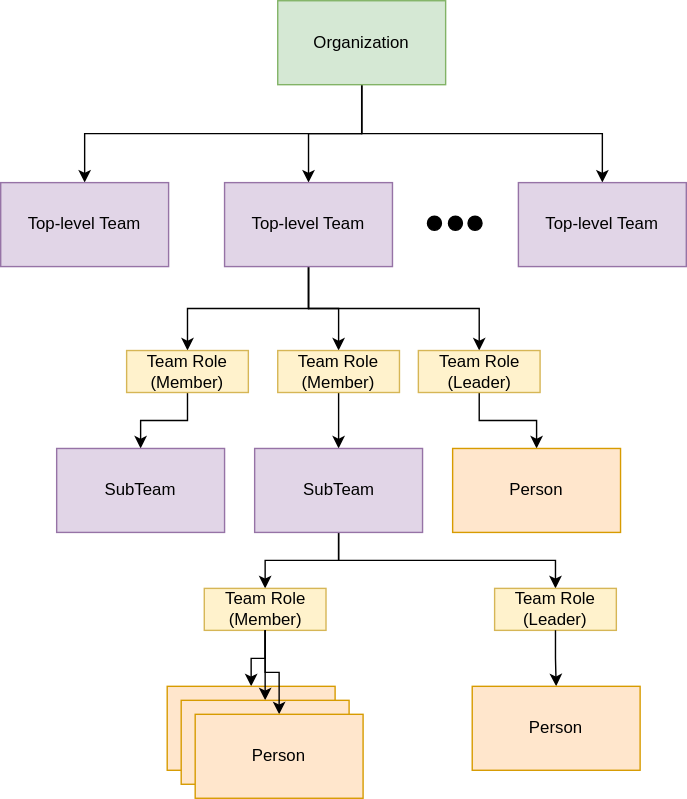
odpi/egeria-docs keeps this draw.io diagram as site/docs/features/people-roles-organizations/organization-structure.svg. Above is the earlier version. Source tidied: cells renumbered, new cells last; positions are measured from the earlier drawing's top-left corner, leaving out a move shared by most shapes. Source of this version:
```xml
<mxGraphModel>
  <root>
    <mxCell id="0" />
    <mxCell id="1" parent="0" />
    <mxCell id="2" style="edgeStyle=orthogonalEdgeStyle;rounded=0;jettySize=auto;html=1;exitX=0.5;exitY=1;exitDx=0;exitDy=0;" parent="1" edge="1" source="5" target="6">
      <mxGeometry relative="1" as="geometry" />
    </mxCell>
    <mxCell id="3" style="edgeStyle=orthogonalEdgeStyle;rounded=0;jettySize=auto;html=1;exitX=0.5;exitY=1;exitDx=0;exitDy=0;" parent="1" edge="1" source="5" target="10">
      <mxGeometry relative="1" as="geometry" />
    </mxCell>
    <mxCell id="4" style="edgeStyle=orthogonalEdgeStyle;rounded=0;jettySize=auto;html=1;exitX=0.5;exitY=1;exitDx=0;exitDy=0;" parent="1" edge="1" source="5" target="11">
      <mxGeometry relative="1" as="geometry" />
    </mxCell>
    <mxCell id="5" value="Organization" style="rounded=0;whiteSpace=wrap;html=1;fillColor=#d5e8d4;strokeColor=#82b366;" parent="1" vertex="1">
      <mxGeometry x="198" width="120" height="60" as="geometry" />
    </mxCell>
    <mxCell id="6" value="Top-level Team" style="rounded=0;whiteSpace=wrap;html=1;fillColor=#e1d5e7;strokeColor=#9673a6;" parent="1" vertex="1">
      <mxGeometry y="130" width="120" height="60" as="geometry" />
    </mxCell>
    <mxCell id="7" style="edgeStyle=orthogonalEdgeStyle;rounded=0;jettySize=auto;html=1;exitX=0.5;exitY=1;exitDx=0;exitDy=0;" parent="1" edge="1" source="10" target="16">
      <mxGeometry relative="1" as="geometry" />
    </mxCell>
    <mxCell id="8" style="edgeStyle=orthogonalEdgeStyle;rounded=0;jettySize=auto;html=1;exitX=0.5;exitY=1;exitDx=0;exitDy=0;" parent="1" edge="1" source="10" target="18">
      <mxGeometry relative="1" as="geometry" />
    </mxCell>
    <mxCell id="9" style="edgeStyle=orthogonalEdgeStyle;rounded=0;jettySize=auto;html=1;exitX=0.5;exitY=1;exitDx=0;exitDy=0;" parent="1" edge="1" source="10" target="20">
      <mxGeometry relative="1" as="geometry" />
    </mxCell>
    <mxCell id="10" value="Top-level Team" style="rounded=0;whiteSpace=wrap;html=1;fillColor=#e1d5e7;strokeColor=#9673a6;" parent="1" vertex="1">
      <mxGeometry x="160" y="130" width="120" height="60" as="geometry" />
    </mxCell>
    <mxCell id="11" value="Top-level Team" style="rounded=0;whiteSpace=wrap;html=1;fillColor=#e1d5e7;strokeColor=#9673a6;" parent="1" vertex="1">
      <mxGeometry x="370" y="130" width="120" height="60" as="geometry" />
    </mxCell>
    <mxCell id="12" style="ellipse;whiteSpace=wrap;html=1;fillColor=#000000;" parent="1" vertex="1">
      <mxGeometry x="305" y="154" width="10" height="10" as="geometry" />
    </mxCell>
    <mxCell id="13" style="ellipse;whiteSpace=wrap;html=1;fillColor=#000000;" parent="1" vertex="1">
      <mxGeometry x="320" y="154" width="10" height="10" as="geometry" />
    </mxCell>
    <mxCell id="14" style="ellipse;whiteSpace=wrap;html=1;fillColor=#000000;" parent="1" vertex="1">
      <mxGeometry x="334" y="154" width="10" height="10" as="geometry" />
    </mxCell>
    <mxCell id="15" style="edgeStyle=orthogonalEdgeStyle;rounded=0;jettySize=auto;html=1;" parent="1" edge="1" source="16" target="21">
      <mxGeometry relative="1" as="geometry" />
    </mxCell>
    <mxCell id="16" value="Team Role&lt;br&gt;(Member)" style="rounded=0;whiteSpace=wrap;html=1;fillColor=#fff2cc;strokeColor=#d6b656;" parent="1" vertex="1">
      <mxGeometry x="90" y="250" width="87" height="30" as="geometry" />
    </mxCell>
    <mxCell id="17" style="edgeStyle=orthogonalEdgeStyle;rounded=0;jettySize=auto;html=1;" parent="1" edge="1" source="18" target="24">
      <mxGeometry relative="1" as="geometry" />
    </mxCell>
    <mxCell id="18" value="Team Role&lt;br&gt;(Member)" style="rounded=0;whiteSpace=wrap;html=1;fillColor=#fff2cc;strokeColor=#d6b656;" parent="1" vertex="1">
      <mxGeometry x="198" y="250" width="87" height="30" as="geometry" />
    </mxCell>
    <mxCell id="19" style="edgeStyle=orthogonalEdgeStyle;rounded=0;jettySize=auto;html=1;exitX=0.5;exitY=1;exitDx=0;exitDy=0;" parent="1" edge="1" source="20" target="25">
      <mxGeometry relative="1" as="geometry" />
    </mxCell>
    <mxCell id="20" value="Team Role&lt;br&gt;(Leader)" style="rounded=0;whiteSpace=wrap;html=1;fillColor=#fff2cc;strokeColor=#d6b656;" parent="1" vertex="1">
      <mxGeometry x="298.5" y="250" width="87" height="30" as="geometry" />
    </mxCell>
    <mxCell id="21" value="SubTeam" style="rounded=0;whiteSpace=wrap;html=1;fillColor=#e1d5e7;strokeColor=#9673a6;" parent="1" vertex="1">
      <mxGeometry x="40" y="320" width="120" height="60" as="geometry" />
    </mxCell>
    <mxCell id="22" style="edgeStyle=orthogonalEdgeStyle;rounded=0;jettySize=auto;html=1;exitX=0.5;exitY=1;exitDx=0;exitDy=0;" parent="1" edge="1" source="24" target="27">
      <mxGeometry relative="1" as="geometry" />
    </mxCell>
    <mxCell id="23" style="edgeStyle=orthogonalEdgeStyle;rounded=0;jettySize=auto;html=1;exitX=0.5;exitY=1;exitDx=0;exitDy=0;" parent="1" edge="1" source="24" target="26">
      <mxGeometry relative="1" as="geometry" />
    </mxCell>
    <mxCell id="24" value="SubTeam" style="rounded=0;whiteSpace=wrap;html=1;fillColor=#e1d5e7;strokeColor=#9673a6;" parent="1" vertex="1">
      <mxGeometry x="181.5" y="320" width="120" height="60" as="geometry" />
    </mxCell>
    <mxCell id="25" value="Person" style="rounded=0;whiteSpace=wrap;html=1;fillColor=#ffe6cc;strokeColor=#d79b00;" parent="1" vertex="1">
      <mxGeometry x="323" y="320" width="120" height="60" as="geometry" />
    </mxCell>
    <mxCell id="26" value="Team Role&lt;br&gt;(Member)" style="rounded=0;whiteSpace=wrap;html=1;fillColor=#fff2cc;strokeColor=#d6b656;" parent="1" vertex="1">
      <mxGeometry x="145.5" y="420" width="87" height="30" as="geometry" />
    </mxCell>
    <mxCell id="27" value="Team Role&lt;br&gt;(Leader)" style="rounded=0;whiteSpace=wrap;html=1;fillColor=#fff2cc;strokeColor=#d6b656;" parent="1" vertex="1">
      <mxGeometry x="353" y="420" width="87" height="30" as="geometry" />
    </mxCell>
    <mxCell id="28" style="edgeStyle=orthogonalEdgeStyle;rounded=0;jettySize=auto;html=1;" parent="1" edge="1" source="27" target="29">
      <mxGeometry relative="1" as="geometry" />
    </mxCell>
    <mxCell id="29" value="Person" style="rounded=0;whiteSpace=wrap;html=1;fillColor=#ffe6cc;strokeColor=#d79b00;" parent="1" vertex="1">
      <mxGeometry x="337" y="490" width="120" height="60" as="geometry" />
    </mxCell>
    <mxCell id="30" style="edgeStyle=orthogonalEdgeStyle;rounded=0;jettySize=auto;html=1;" parent="1" edge="1" source="26" target="31">
      <mxGeometry relative="1" as="geometry" />
    </mxCell>
    <mxCell id="31" value="Person" style="rounded=0;whiteSpace=wrap;html=1;fillColor=#ffe6cc;strokeColor=#d79b00;" parent="1" vertex="1">
      <mxGeometry x="119" y="490" width="120" height="60" as="geometry" />
    </mxCell>
    <mxCell id="32" style="edgeStyle=orthogonalEdgeStyle;rounded=0;jettySize=auto;html=1;" parent="1" edge="1" source="26" target="33">
      <mxGeometry relative="1" as="geometry" />
    </mxCell>
    <mxCell id="33" value="Person" style="rounded=0;whiteSpace=wrap;html=1;fillColor=#ffe6cc;strokeColor=#d79b00;" parent="1" vertex="1">
      <mxGeometry x="129" y="500" width="120" height="60" as="geometry" />
    </mxCell>
    <mxCell id="34" style="edgeStyle=orthogonalEdgeStyle;rounded=0;jettySize=auto;html=1;" parent="1" edge="1" source="26" target="35">
      <mxGeometry relative="1" as="geometry" />
    </mxCell>
    <mxCell id="35" value="Person" style="rounded=0;whiteSpace=wrap;html=1;fillColor=#ffe6cc;strokeColor=#d79b00;" parent="1" vertex="1">
      <mxGeometry x="139" y="510" width="120" height="60" as="geometry" />
    </mxCell>
  </root>
</mxGraphModel>
```
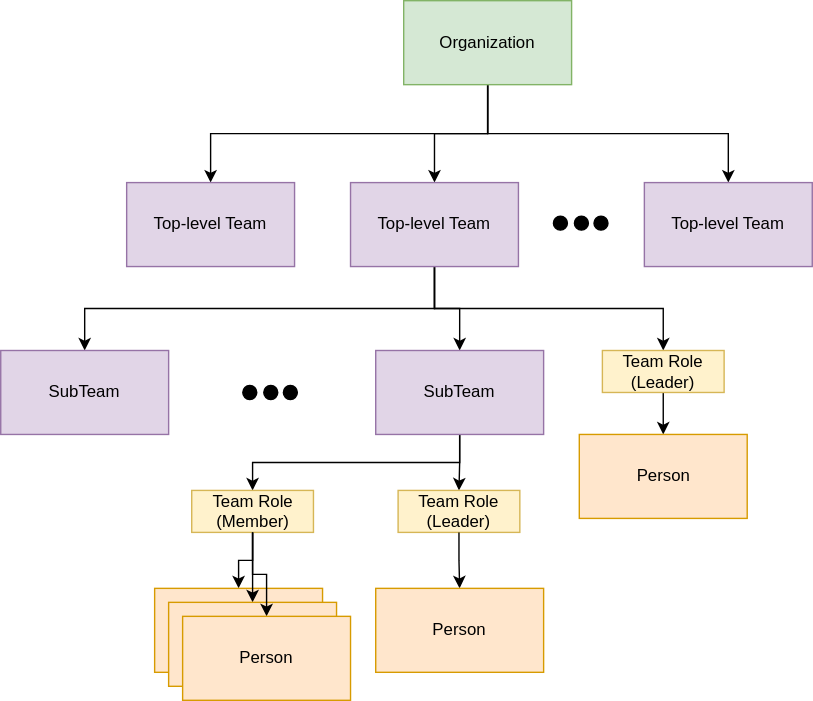
The same file after the commit.

What changed in the source:
```diff
@@ -17,13 +17,23 @@
     <mxCell id="6" value="Top-level Team" style="rounded=0;whiteSpace=wrap;html=1;fillColor=#e1d5e7;strokeColor=#9673a6;" parent="1" vertex="1">
       <mxGeometry y="130" width="120" height="60" as="geometry" />
     </mxCell>
-    <mxCell id="7" style="edgeStyle=orthogonalEdgeStyle;rounded=0;jettySize=auto;html=1;exitX=0.5;exitY=1;exitDx=0;exitDy=0;" parent="1" edge="1" source="10" target="16">
-      <mxGeometry relative="1" as="geometry" />
+    <mxCell id="7" style="edgeStyle=orthogonalEdgeStyle;rounded=0;jettySize=auto;html=1;exitX=0.5;exitY=1;exitDx=0;exitDy=0;" parent="1" edge="1" source="10" target="14">
+      <mxGeometry relative="1" as="geometry">
+        <Array as="points">
+          <mxPoint x="220" y="220" />
+          <mxPoint x="-30" y="220" />
+        </Array>
+      </mxGeometry>
     </mxCell>
-    <mxCell id="8" style="edgeStyle=orthogonalEdgeStyle;rounded=0;jettySize=auto;html=1;exitX=0.5;exitY=1;exitDx=0;exitDy=0;" parent="1" edge="1" source="10" target="18">
-      <mxGeometry relative="1" as="geometry" />
+    <mxCell id="8" style="edgeStyle=orthogonalEdgeStyle;rounded=0;jettySize=auto;html=1;exitX=0.5;exitY=1;exitDx=0;exitDy=0;entryX=0.5;entryY=0;entryDx=0;entryDy=0;" parent="1" edge="1" source="10" target="17">
+      <mxGeometry relative="1" as="geometry">
+        <Array as="points">
+          <mxPoint x="220" y="220" />
+          <mxPoint x="238" y="220" />
+        </Array>
+      </mxGeometry>
     </mxCell>
-    <mxCell id="9" style="edgeStyle=orthogonalEdgeStyle;rounded=0;jettySize=auto;html=1;exitX=0.5;exitY=1;exitDx=0;exitDy=0;" parent="1" edge="1" source="10" target="20">
+    <mxCell id="9" style="edgeStyle=orthogonalEdgeStyle;rounded=0;jettySize=auto;html=1;exitX=0.5;exitY=1;exitDx=0;exitDy=0;" parent="1" edge="1" source="10" target="13">
       <mxGeometry relative="1" as="geometry" />
     </mxCell>
     <mxCell id="10" value="Top-level Team" style="rounded=0;whiteSpace=wrap;html=1;fillColor=#e1d5e7;strokeColor=#9673a6;" parent="1" vertex="1">
@@ -32,77 +42,80 @@
     <mxCell id="11" value="Top-level Team" style="rounded=0;whiteSpace=wrap;html=1;fillColor=#e1d5e7;strokeColor=#9673a6;" parent="1" vertex="1">
       <mxGeometry x="370" y="130" width="120" height="60" as="geometry" />
     </mxCell>
-    <mxCell id="12" style="ellipse;whiteSpace=wrap;html=1;fillColor=#000000;" parent="1" vertex="1">
-      <mxGeometry x="305" y="154" width="10" height="10" as="geometry" />
+    <mxCell id="12" style="edgeStyle=orthogonalEdgeStyle;rounded=0;jettySize=auto;html=1;exitX=0.5;exitY=1;exitDx=0;exitDy=0;" parent="1" edge="1" source="13" target="18">
+      <mxGeometry relative="1" as="geometry" />
     </mxCell>
-    <mxCell id="13" style="ellipse;whiteSpace=wrap;html=1;fillColor=#000000;" parent="1" vertex="1">
-      <mxGeometry x="320" y="154" width="10" height="10" as="geometry" />
+    <mxCell id="13" value="Team Role&lt;br&gt;(Leader)" style="rounded=0;whiteSpace=wrap;html=1;fillColor=#fff2cc;strokeColor=#d6b656;" parent="1" vertex="1">
+      <mxGeometry x="340" y="250" width="87" height="30" as="geometry" />
     </mxCell>
-    <mxCell id="14" style="ellipse;whiteSpace=wrap;html=1;fillColor=#000000;" parent="1" vertex="1">
-      <mxGeometry x="334" y="154" width="10" height="10" as="geometry" />
+    <mxCell id="14" value="SubTeam" style="rounded=0;whiteSpace=wrap;html=1;fillColor=#e1d5e7;strokeColor=#9673a6;" parent="1" vertex="1">
+      <mxGeometry x="-90" y="250" width="120" height="60" as="geometry" />
     </mxCell>
-    <mxCell id="15" style="edgeStyle=orthogonalEdgeStyle;rounded=0;jettySize=auto;html=1;" parent="1" edge="1" source="16" target="21">
+    <mxCell id="15" style="edgeStyle=orthogonalEdgeStyle;rounded=0;jettySize=auto;html=1;exitX=0.5;exitY=1;exitDx=0;exitDy=0;" parent="1" edge="1" source="17" target="20">
       <mxGeometry relative="1" as="geometry" />
     </mxCell>
-    <mxCell id="16" value="Team Role&lt;br&gt;(Member)" style="rounded=0;whiteSpace=wrap;html=1;fillColor=#fff2cc;strokeColor=#d6b656;" parent="1" vertex="1">
-      <mxGeometry x="90" y="250" width="87" height="30" as="geometry" />
+    <mxCell id="16" style="edgeStyle=orthogonalEdgeStyle;rounded=0;jettySize=auto;html=1;exitX=0.5;exitY=1;exitDx=0;exitDy=0;" parent="1" edge="1" source="17" target="19">
+      <mxGeometry relative="1" as="geometry" />
     </mxCell>
-    <mxCell id="17" style="edgeStyle=orthogonalEdgeStyle;rounded=0;jettySize=auto;html=1;" parent="1" edge="1" source="18" target="24">
-      <mxGeometry relative="1" as="geometry" />
+    <mxCell id="17" value="SubTeam" style="rounded=0;whiteSpace=wrap;html=1;fillColor=#e1d5e7;strokeColor=#9673a6;" parent="1" vertex="1">
+      <mxGeometry x="178" y="250" width="120" height="60" as="geometry" />
     </mxCell>
-    <mxCell id="18" value="Team Role&lt;br&gt;(Member)" style="rounded=0;whiteSpace=wrap;html=1;fillColor=#fff2cc;strokeColor=#d6b656;" parent="1" vertex="1">
-      <mxGeometry x="198" y="250" width="87" height="30" as="geometry" />
+    <mxCell id="18" value="Person" style="rounded=0;whiteSpace=wrap;html=1;fillColor=#ffe6cc;strokeColor=#d79b00;" parent="1" vertex="1">
+      <mxGeometry x="323.5" y="310" width="120" height="60" as="geometry" />
     </mxCell>
-    <mxCell id="19" style="edgeStyle=orthogonalEdgeStyle;rounded=0;jettySize=auto;html=1;exitX=0.5;exitY=1;exitDx=0;exitDy=0;" parent="1" edge="1" source="20" target="25">
-      <mxGeometry relative="1" as="geometry" />
+    <mxCell id="19" value="Team Role&lt;br&gt;(Member)" style="rounded=0;whiteSpace=wrap;html=1;fillColor=#fff2cc;strokeColor=#d6b656;" parent="1" vertex="1">
+      <mxGeometry x="46.5" y="350" width="87" height="30" as="geometry" />
     </mxCell>
     <mxCell id="20" value="Team Role&lt;br&gt;(Leader)" style="rounded=0;whiteSpace=wrap;html=1;fillColor=#fff2cc;strokeColor=#d6b656;" parent="1" vertex="1">
-      <mxGeometry x="298.5" y="250" width="87" height="30" as="geometry" />
+      <mxGeometry x="194" y="350" width="87" height="30" as="geometry" />
     </mxCell>
-    <mxCell id="21" value="SubTeam" style="rounded=0;whiteSpace=wrap;html=1;fillColor=#e1d5e7;strokeColor=#9673a6;" parent="1" vertex="1">
-      <mxGeometry x="40" y="320" width="120" height="60" as="geometry" />
+    <mxCell id="21" style="edgeStyle=orthogonalEdgeStyle;rounded=0;jettySize=auto;html=1;" parent="1" edge="1" source="20" target="22">
+      <mxGeometry relative="1" as="geometry" />
     </mxCell>
-    <mxCell id="22" style="edgeStyle=orthogonalEdgeStyle;rounded=0;jettySize=auto;html=1;exitX=0.5;exitY=1;exitDx=0;exitDy=0;" parent="1" edge="1" source="24" target="27">
-      <mxGeometry relative="1" as="geometry" />
+    <mxCell id="22" value="Person" style="rounded=0;whiteSpace=wrap;html=1;fillColor=#ffe6cc;strokeColor=#d79b00;" parent="1" vertex="1">
+      <mxGeometry x="178" y="420" width="120" height="60" as="geometry" />
     </mxCell>
-    <mxCell id="23" style="edgeStyle=orthogonalEdgeStyle;rounded=0;jettySize=auto;html=1;exitX=0.5;exitY=1;exitDx=0;exitDy=0;" parent="1" edge="1" source="24" target="26">
+    <mxCell id="23" style="edgeStyle=orthogonalEdgeStyle;rounded=0;jettySize=auto;html=1;" parent="1" edge="1" source="19" target="24">
       <mxGeometry relative="1" as="geometry" />
     </mxCell>
-    <mxCell id="24" value="SubTeam" style="rounded=0;whiteSpace=wrap;html=1;fillColor=#e1d5e7;strokeColor=#9673a6;" parent="1" vertex="1">
-      <mxGeometry x="181.5" y="320" width="120" height="60" as="geometry" />
+    <mxCell id="24" value="Person" style="rounded=0;whiteSpace=wrap;html=1;fillColor=#ffe6cc;strokeColor=#d79b00;" parent="1" vertex="1">
+      <mxGeometry x="20" y="420" width="120" height="60" as="geometry" />
     </mxCell>
-    <mxCell id="25" value="Person" style="rounded=0;whiteSpace=wrap;html=1;fillColor=#ffe6cc;strokeColor=#d79b00;" parent="1" vertex="1">
-      <mxGeometry x="323" y="320" width="120" height="60" as="geometry" />
+    <mxCell id="25" style="edgeStyle=orthogonalEdgeStyle;rounded=0;jettySize=auto;html=1;" parent="1" edge="1" source="19" target="26">
+      <mxGeometry relative="1" as="geometry" />
     </mxCell>
-    <mxCell id="26" value="Team Role&lt;br&gt;(Member)" style="rounded=0;whiteSpace=wrap;html=1;fillColor=#fff2cc;strokeColor=#d6b656;" parent="1" vertex="1">
-      <mxGeometry x="145.5" y="420" width="87" height="30" as="geometry" />
+    <mxCell id="26" value="Person" style="rounded=0;whiteSpace=wrap;html=1;fillColor=#ffe6cc;strokeColor=#d79b00;" parent="1" vertex="1">
+      <mxGeometry x="30" y="430" width="120" height="60" as="geometry" />
     </mxCell>
-    <mxCell id="27" value="Team Role&lt;br&gt;(Leader)" style="rounded=0;whiteSpace=wrap;html=1;fillColor=#fff2cc;strokeColor=#d6b656;" parent="1" vertex="1">
-      <mxGeometry x="353" y="420" width="87" height="30" as="geometry" />
+    <mxCell id="27" style="edgeStyle=orthogonalEdgeStyle;rounded=0;jettySize=auto;html=1;" parent="1" edge="1" source="19" target="28">
+      <mxGeometry relative="1" as="geometry" />
     </mxCell>
-    <mxCell id="28" style="edgeStyle=orthogonalEdgeStyle;rounded=0;jettySize=auto;html=1;" parent="1" edge="1" source="27" target="29">
-      <mxGeometry relative="1" as="geometry" />
+    <mxCell id="28" value="Person" style="rounded=0;whiteSpace=wrap;html=1;fillColor=#ffe6cc;strokeColor=#d79b00;" parent="1" vertex="1">
+      <mxGeometry x="40" y="440" width="120" height="60" as="geometry" />
     </mxCell>
-    <mxCell id="29" value="Person" style="rounded=0;whiteSpace=wrap;html=1;fillColor=#ffe6cc;strokeColor=#d79b00;" parent="1" vertex="1">
-      <mxGeometry x="337" y="490" width="120" height="60" as="geometry" />
+    <mxCell id="29" style="group;" parent="1" vertex="1">
+      <mxGeometry x="305" y="154" width="39" height="10" as="geometry" />
     </mxCell>
-    <mxCell id="30" style="edgeStyle=orthogonalEdgeStyle;rounded=0;jettySize=auto;html=1;" parent="1" edge="1" source="26" target="31">
-      <mxGeometry relative="1" as="geometry" />
+    <mxCell id="30" style="ellipse;whiteSpace=wrap;html=1;fillColor=#000000;" parent="29" vertex="1">
+      <mxGeometry width="10" height="10" as="geometry" />
     </mxCell>
-    <mxCell id="31" value="Person" style="rounded=0;whiteSpace=wrap;html=1;fillColor=#ffe6cc;strokeColor=#d79b00;" parent="1" vertex="1">
-      <mxGeometry x="119" y="490" width="120" height="60" as="geometry" />
+    <mxCell id="31" style="ellipse;whiteSpace=wrap;html=1;fillColor=#000000;" parent="29" vertex="1">
+      <mxGeometry x="15" width="10" height="10" as="geometry" />
     </mxCell>
-    <mxCell id="32" style="edgeStyle=orthogonalEdgeStyle;rounded=0;jettySize=auto;html=1;" parent="1" edge="1" source="26" target="33">
-      <mxGeometry relative="1" as="geometry" />
+    <mxCell id="32" style="ellipse;whiteSpace=wrap;html=1;fillColor=#000000;" parent="29" vertex="1">
+      <mxGeometry x="29" width="10" height="10" as="geometry" />
     </mxCell>
-    <mxCell id="33" value="Person" style="rounded=0;whiteSpace=wrap;html=1;fillColor=#ffe6cc;strokeColor=#d79b00;" parent="1" vertex="1">
-      <mxGeometry x="129" y="500" width="120" height="60" as="geometry" />
+    <mxCell id="33" style="group;" parent="1" vertex="1">
+      <mxGeometry x="83" y="275" width="39" height="10" as="geometry" />
     </mxCell>
-    <mxCell id="34" style="edgeStyle=orthogonalEdgeStyle;rounded=0;jettySize=auto;html=1;" parent="1" edge="1" source="26" target="35">
-      <mxGeometry relative="1" as="geometry" />
+    <mxCell id="34" style="ellipse;whiteSpace=wrap;html=1;fillColor=#000000;" parent="33" vertex="1">
+      <mxGeometry width="10" height="10" as="geometry" />
     </mxCell>
-    <mxCell id="35" value="Person" style="rounded=0;whiteSpace=wrap;html=1;fillColor=#ffe6cc;strokeColor=#d79b00;" parent="1" vertex="1">
-      <mxGeometry x="139" y="510" width="120" height="60" as="geometry" />
+    <mxCell id="35" style="ellipse;whiteSpace=wrap;html=1;fillColor=#000000;" parent="33" vertex="1">
+      <mxGeometry x="15" width="10" height="10" as="geometry" />
     </mxCell>
+    <mxCell id="36" style="ellipse;whiteSpace=wrap;html=1;fillColor=#000000;" parent="33" vertex="1">
+      <mxGeometry x="29" width="10" height="10" as="geometry" />
+    </mxCell>
   </root>
 </mxGraphModel>
```
